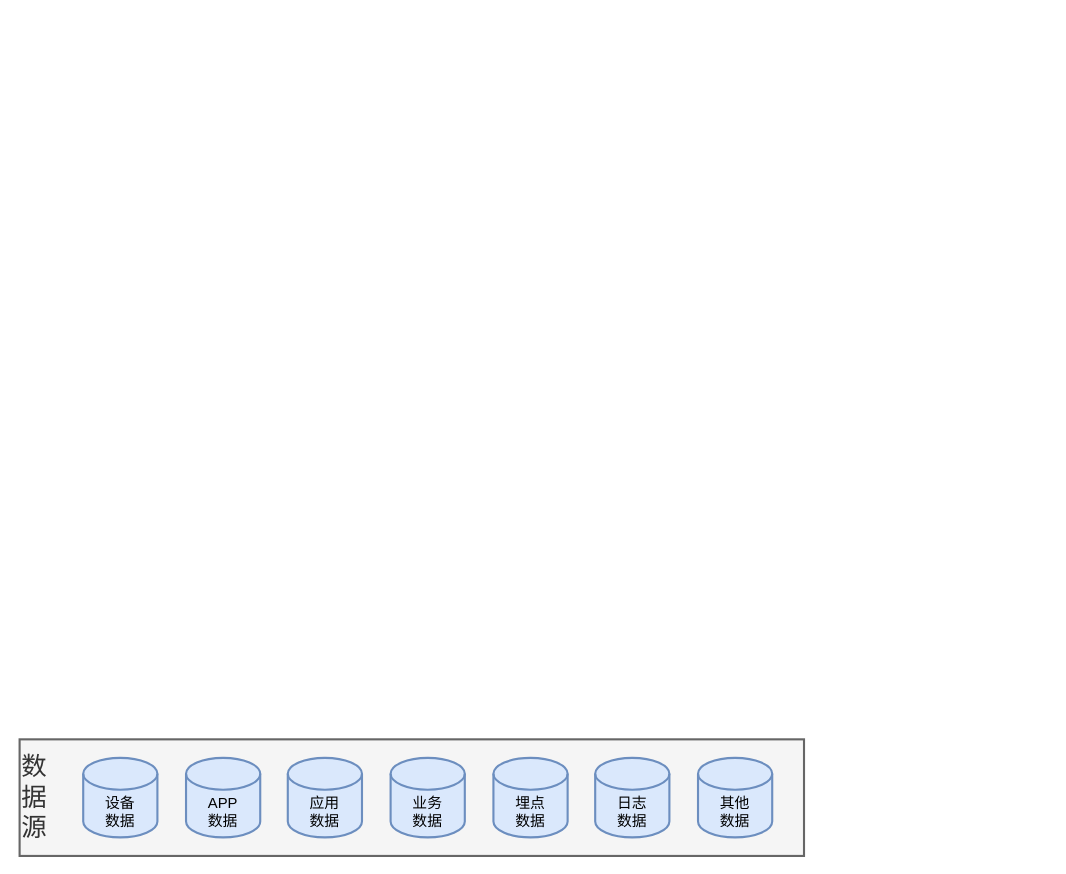
Before: page "第 15 页" (15 of 15) of work.drawio in starzy1990/diagrams, a draw.io diagram. Source tidied: cells renumbered, new cells numbered last; positions are measured from the earlier drawing's top-left corner, leaving out a move shared by most shapes. Both pictures are drawn from the tidied source at 106%, with x=0, y=0 at pixel (19, 739).
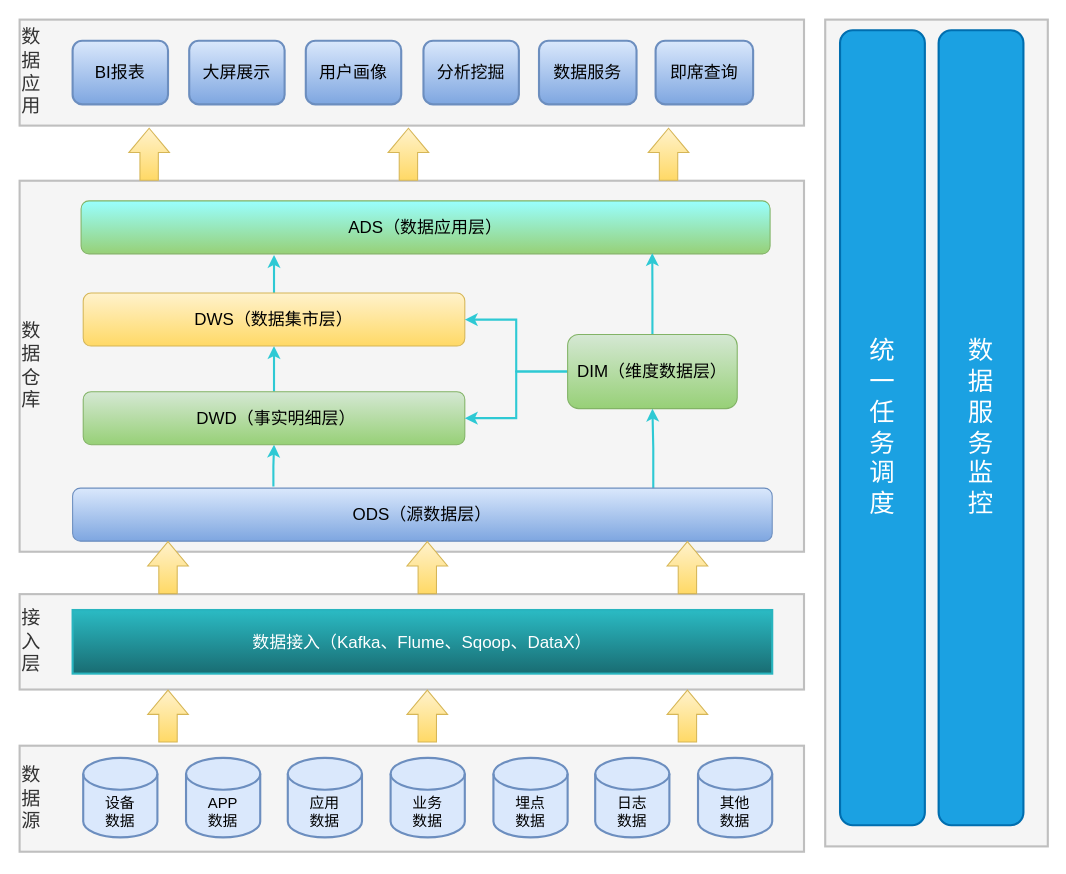
After the change.

Diff of the diagram source:
```diff
@@
-    <mxCell id="2" value="数&lt;br&gt;据&lt;br&gt;源" style="rounded=0;whiteSpace=wrap;html=1;fontSize=24;strokeWidth=2;align=left;fillColor=#f5f5f5;fontColor=#333333;strokeColor=#666666;fontStyle=0;" parent="1" vertex="1">
-      <mxGeometry width="740" height="110" as="geometry" />
+    <mxCell id="2" value="数&lt;br style=&quot;font-size: 18px;&quot;&gt;据&lt;br style=&quot;font-size: 18px;&quot;&gt;源" style="rounded=0;whiteSpace=wrap;html=1;fontSize=18;strokeWidth=2;align=left;fillColor=#f5f5f5;fontColor=#333333;strokeColor=#BFBFBF;fontStyle=0;" parent="1" vertex="1">
+      <mxGeometry y="6" width="740" height="100" as="geometry" />
     </mxCell>
@@
+    <mxCell id="10" value="接&lt;br style=&quot;font-size: 18px;&quot;&gt;入&lt;br style=&quot;font-size: 18px;&quot;&gt;层" style="rounded=0;whiteSpace=wrap;html=1;fontSize=18;strokeWidth=2;align=left;fillColor=#f5f5f5;fontColor=#333333;strokeColor=#BFBFBF;fontStyle=0;" parent="1" vertex="1">
+      <mxGeometry y="-137" width="740" height="90" as="geometry" />
+    </mxCell>
+    <mxCell id="11" value="数据接入（Kafka、Flume、Sqoop、DataX）" style="rounded=0;whiteSpace=wrap;html=1;fontSize=16;strokeColor=#29B5BF;strokeWidth=2;fillColor=#2BBBC4;gradientColor=#196C72;fontColor=#FFFFFF;" parent="1" vertex="1">
+      <mxGeometry x="50" y="-122" width="660" height="60" as="geometry" />
+    </mxCell>
+    <mxCell id="12" style="shape=flexArrow;endArrow=classic;html=1;rounded=0;fontSize=18;fontColor=#FFFFFF;endWidth=20;endSize=7.31;width=17.333333333333332;fillColor=#fff2cc;gradientColor=#ffd966;strokeColor=#d6b656;" parent="1" edge="1">
+      <mxGeometry relative="1" as="geometry">
+        <mxPoint x="140" y="3" as="sourcePoint" />
+        <mxPoint x="140" y="-47" as="targetPoint" />
+      </mxGeometry>
+    </mxCell>
+    <mxCell id="13" style="shape=flexArrow;endArrow=classic;html=1;rounded=0;fontSize=18;fontColor=#FFFFFF;endWidth=20;endSize=7.31;width=17.333333333333332;fillColor=#fff2cc;gradientColor=#ffd966;strokeColor=#d6b656;" parent="1" edge="1">
+      <mxGeometry relative="1" as="geometry">
+        <mxPoint x="384.6" y="3" as="sourcePoint" />
+        <mxPoint x="384.6" y="-47" as="targetPoint" />
+      </mxGeometry>
+    </mxCell>
+    <mxCell id="14" style="shape=flexArrow;endArrow=classic;html=1;rounded=0;fontSize=18;fontColor=#FFFFFF;endWidth=20;endSize=7.31;width=17.333333333333332;fillColor=#fff2cc;gradientColor=#ffd966;strokeColor=#d6b656;" parent="1" edge="1">
+      <mxGeometry relative="1" as="geometry">
+        <mxPoint x="630" y="3" as="sourcePoint" />
+        <mxPoint x="630" y="-47" as="targetPoint" />
+      </mxGeometry>
+    </mxCell>
+    <mxCell id="15" value="数&lt;br&gt;据&lt;br&gt;仓&lt;br&gt;库" style="rounded=0;whiteSpace=wrap;html=1;fontSize=18;strokeWidth=2;align=left;fillColor=#f5f5f5;fontColor=#333333;strokeColor=#BFBFBF;fontStyle=0;" parent="1" vertex="1">
+      <mxGeometry y="-527" width="740" height="350" as="geometry" />
+    </mxCell>
+    <mxCell id="16" style="edgeStyle=orthogonalEdgeStyle;rounded=0;jettySize=auto;html=1;fontSize=16;fontColor=#FFFFFF;exitX=0.287;exitY=-0.031;exitDx=0;exitDy=0;strokeWidth=2;strokeColor=#2EC9D4;exitPerimeter=0;" parent="1" edge="1" source="18" target="20">
+      <mxGeometry relative="1" as="geometry" />
+    </mxCell>
+    <mxCell id="17" style="edgeStyle=orthogonalEdgeStyle;rounded=0;jettySize=auto;html=1;entryX=0.5;entryY=1;entryDx=0;entryDy=0;fontSize=16;fontColor=#FFFFFF;exitX=0.83;exitY=0.012;exitDx=0;exitDy=0;strokeWidth=2;strokeColor=#2EC9D4;exitPerimeter=0;" parent="1" edge="1" source="18" target="27">
+      <mxGeometry relative="1" as="geometry" />
+    </mxCell>
+    <mxCell id="18" value="ODS（源数据层）" style="rounded=1;whiteSpace=wrap;html=1;strokeColor=#6c8ebf;fillColor=#dae8fc;gradientColor=#7ea6e0;fontSize=16;" parent="1" vertex="1">
+      <mxGeometry x="50" y="-237" width="660" height="50" as="geometry" />
+    </mxCell>
+    <mxCell id="19" style="edgeStyle=orthogonalEdgeStyle;rounded=0;jettySize=auto;html=1;entryX=0.5;entryY=1;entryDx=0;entryDy=0;fontSize=16;fontColor=#FFFFFF;strokeWidth=2;strokeColor=#2EC9D4;" parent="1" edge="1" source="20" target="22">
+      <mxGeometry relative="1" as="geometry" />
+    </mxCell>
+    <mxCell id="20" value="&amp;nbsp;DWD（事实明细层）" style="rounded=1;whiteSpace=wrap;html=1;strokeColor=#82b366;fillColor=#d5e8d4;gradientColor=#97d077;fontSize=16;" parent="1" vertex="1">
+      <mxGeometry x="60" y="-328" width="360" height="50" as="geometry" />
+    </mxCell>
+    <mxCell id="21" style="edgeStyle=orthogonalEdgeStyle;rounded=0;jettySize=auto;html=1;fontSize=16;fontColor=#FFFFFF;strokeWidth=2;strokeColor=#2EC9D4;" parent="1" edge="1" source="22">
+      <mxGeometry relative="1" as="geometry">
+        <mxPoint x="240" y="-457" as="targetPoint" />
+      </mxGeometry>
+    </mxCell>
+    <mxCell id="22" value="DWS（数据集市层）" style="rounded=1;whiteSpace=wrap;html=1;strokeColor=#d6b656;fillColor=#fff2cc;gradientColor=#ffd966;fontSize=16;" parent="1" vertex="1">
+      <mxGeometry x="60" y="-421" width="360" height="50" as="geometry" />
+    </mxCell>
+    <mxCell id="23" value="ADS（数据应用层）" style="rounded=1;whiteSpace=wrap;html=1;strokeColor=#82b366;fillColor=#99FFFF;gradientColor=#97d077;fontSize=16;" parent="1" vertex="1">
+      <mxGeometry x="58" y="-508" width="650" height="50" as="geometry" />
+    </mxCell>
+    <mxCell id="24" style="edgeStyle=orthogonalEdgeStyle;rounded=0;jettySize=auto;html=1;entryX=1;entryY=0.5;entryDx=0;entryDy=0;fontSize=16;fontColor=#FFFFFF;strokeColor=#2EC9D4;strokeWidth=2;exitX=0;exitY=0.5;exitDx=0;exitDy=0;" parent="1" edge="1" source="27" target="22">
+      <mxGeometry relative="1" as="geometry" />
+    </mxCell>
+    <mxCell id="25" style="edgeStyle=orthogonalEdgeStyle;rounded=0;jettySize=auto;html=1;entryX=1;entryY=0.5;entryDx=0;entryDy=0;fontSize=16;fontColor=#FFFFFF;strokeColor=#2EC9D4;strokeWidth=2;" parent="1" edge="1" source="27" target="20">
+      <mxGeometry relative="1" as="geometry" />
+    </mxCell>
+    <mxCell id="26" style="edgeStyle=orthogonalEdgeStyle;rounded=0;jettySize=auto;html=1;entryX=0.829;entryY=0.986;entryDx=0;entryDy=0;entryPerimeter=0;fontSize=16;fontColor=#FFFFFF;strokeColor=#2EC9D4;strokeWidth=2;" parent="1" edge="1" source="27" target="23">
+      <mxGeometry relative="1" as="geometry" />
+    </mxCell>
+    <mxCell id="27" value="DIM（维度数据层）" style="rounded=1;whiteSpace=wrap;html=1;strokeColor=#82b366;fillColor=#d5e8d4;gradientColor=#97d077;fontSize=16;" parent="1" vertex="1">
+      <mxGeometry x="517" y="-382" width="160" height="70" as="geometry" />
+    </mxCell>
+    <mxCell id="28" value="数&lt;br&gt;据&lt;br&gt;应&lt;br&gt;用" style="rounded=0;whiteSpace=wrap;html=1;fontSize=18;strokeWidth=2;align=left;fillColor=#f5f5f5;fontColor=#333333;strokeColor=#BFBFBF;fontStyle=0;" parent="1" vertex="1">
+      <mxGeometry y="-679" width="740" height="100" as="geometry" />
+    </mxCell>
+    <mxCell id="29" value="BI报表" style="rounded=1;whiteSpace=wrap;html=1;fontSize=16;strokeColor=#6c8ebf;strokeWidth=2;fillColor=#dae8fc;gradientColor=#7ea6e0;" parent="1" vertex="1">
+      <mxGeometry x="50" y="-659" width="90" height="60" as="geometry" />
+    </mxCell>
+    <mxCell id="30" value="大屏展示" style="rounded=1;whiteSpace=wrap;html=1;fontSize=16;strokeColor=#6c8ebf;strokeWidth=2;fillColor=#dae8fc;gradientColor=#7ea6e0;" parent="1" vertex="1">
+      <mxGeometry x="160" y="-659" width="90" height="60" as="geometry" />
+    </mxCell>
+    <mxCell id="31" value="用户画像" style="rounded=1;whiteSpace=wrap;html=1;fontSize=16;strokeColor=#6c8ebf;strokeWidth=2;fillColor=#dae8fc;gradientColor=#7ea6e0;" parent="1" vertex="1">
+      <mxGeometry x="270" y="-659" width="90" height="60" as="geometry" />
+    </mxCell>
+    <mxCell id="32" value="分析挖掘" style="rounded=1;whiteSpace=wrap;html=1;fontSize=16;strokeColor=#6c8ebf;strokeWidth=2;fillColor=#dae8fc;gradientColor=#7ea6e0;" parent="1" vertex="1">
+      <mxGeometry x="381" y="-659" width="90" height="60" as="geometry" />
+    </mxCell>
+    <mxCell id="33" value="数据服务" style="rounded=1;whiteSpace=wrap;html=1;fontSize=16;strokeColor=#6c8ebf;strokeWidth=2;fillColor=#dae8fc;gradientColor=#7ea6e0;" parent="1" vertex="1">
+      <mxGeometry x="490" y="-659" width="92" height="60" as="geometry" />
+    </mxCell>
+    <mxCell id="34" value="即席查询" style="rounded=1;whiteSpace=wrap;html=1;fontSize=16;strokeColor=#6c8ebf;strokeWidth=2;fillColor=#dae8fc;gradientColor=#7ea6e0;" parent="1" vertex="1">
+      <mxGeometry x="600" y="-659" width="92" height="60" as="geometry" />
+    </mxCell>
+    <mxCell id="35" style="shape=flexArrow;endArrow=classic;html=1;rounded=0;fontSize=18;fontColor=#FFFFFF;endWidth=20;endSize=7.31;width=17.333333333333332;fillColor=#fff2cc;gradientColor=#ffd966;strokeColor=#d6b656;" parent="1" edge="1">
+      <mxGeometry relative="1" as="geometry">
+        <mxPoint x="140" y="-137" as="sourcePoint" />
+        <mxPoint x="140" y="-187" as="targetPoint" />
+      </mxGeometry>
+    </mxCell>
+    <mxCell id="36" style="shape=flexArrow;endArrow=classic;html=1;rounded=0;fontSize=18;fontColor=#FFFFFF;endWidth=20;endSize=7.31;width=17.333333333333332;fillColor=#fff2cc;gradientColor=#ffd966;strokeColor=#d6b656;" parent="1" edge="1">
+      <mxGeometry relative="1" as="geometry">
+        <mxPoint x="384.6" y="-137" as="sourcePoint" />
+        <mxPoint x="384.6" y="-187" as="targetPoint" />
+      </mxGeometry>
+    </mxCell>
+    <mxCell id="37" style="shape=flexArrow;endArrow=classic;html=1;rounded=0;fontSize=18;fontColor=#FFFFFF;endWidth=20;endSize=7.31;width=17.333333333333332;fillColor=#fff2cc;gradientColor=#ffd966;strokeColor=#d6b656;" parent="1" edge="1">
+      <mxGeometry relative="1" as="geometry">
+        <mxPoint x="630" y="-137" as="sourcePoint" />
+        <mxPoint x="630" y="-187" as="targetPoint" />
+      </mxGeometry>
+    </mxCell>
+    <mxCell id="38" style="shape=flexArrow;endArrow=classic;html=1;rounded=0;fontSize=18;fontColor=#FFFFFF;endWidth=20;endSize=7.31;width=17.333333333333332;fillColor=#fff2cc;gradientColor=#ffd966;strokeColor=#d6b656;" parent="1" edge="1">
+      <mxGeometry relative="1" as="geometry">
+        <mxPoint x="122.2" y="-527" as="sourcePoint" />
+        <mxPoint x="122.2" y="-577" as="targetPoint" />
+      </mxGeometry>
+    </mxCell>
+    <mxCell id="39" style="shape=flexArrow;endArrow=classic;html=1;rounded=0;fontSize=18;fontColor=#FFFFFF;endWidth=20;endSize=7.31;width=17.333333333333332;fillColor=#fff2cc;gradientColor=#ffd966;strokeColor=#d6b656;" parent="1" edge="1">
+      <mxGeometry relative="1" as="geometry">
+        <mxPoint x="366.8" y="-527" as="sourcePoint" />
+        <mxPoint x="366.8" y="-577" as="targetPoint" />
+      </mxGeometry>
+    </mxCell>
+    <mxCell id="40" style="shape=flexArrow;endArrow=classic;html=1;rounded=0;fontSize=18;fontColor=#FFFFFF;endWidth=20;endSize=7.31;width=17.333333333333332;fillColor=#fff2cc;gradientColor=#ffd966;strokeColor=#d6b656;" parent="1" edge="1">
+      <mxGeometry relative="1" as="geometry">
+        <mxPoint x="612.2" y="-527" as="sourcePoint" />
+        <mxPoint x="612.2" y="-577" as="targetPoint" />
+      </mxGeometry>
+    </mxCell>
+    <mxCell id="41" style="rounded=0;whiteSpace=wrap;html=1;fontSize=18;strokeWidth=2;align=left;fillColor=#f5f5f5;fontColor=#333333;strokeColor=#BFBFBF;fontStyle=0;" parent="1" vertex="1">
+      <mxGeometry x="760" y="-679" width="210" height="780" as="geometry" />
+    </mxCell>
+    <mxCell id="42" value="统&lt;br style=&quot;font-size: 24px;&quot;&gt;一&lt;br style=&quot;font-size: 24px;&quot;&gt;任&lt;br style=&quot;font-size: 24px;&quot;&gt;务&lt;br style=&quot;font-size: 24px;&quot;&gt;调&lt;br style=&quot;font-size: 24px;&quot;&gt;度" style="rounded=1;whiteSpace=wrap;html=1;fontSize=24;strokeColor=#006EAF;strokeWidth=2;fillColor=#1ba1e2;fontColor=#ffffff;" parent="1" vertex="1">
+      <mxGeometry x="774" y="-669" width="80" height="750" as="geometry" />
+    </mxCell>
+    <mxCell id="43" value="数&lt;br&gt;据&lt;br&gt;服&lt;br&gt;务&lt;br&gt;监&lt;br&gt;控" style="rounded=1;whiteSpace=wrap;html=1;fontSize=24;strokeColor=#006EAF;strokeWidth=2;fillColor=#1ba1e2;fontColor=#ffffff;" parent="1" vertex="1">
+      <mxGeometry x="867" y="-669" width="80" height="750" as="geometry" />
+    </mxCell>
```
